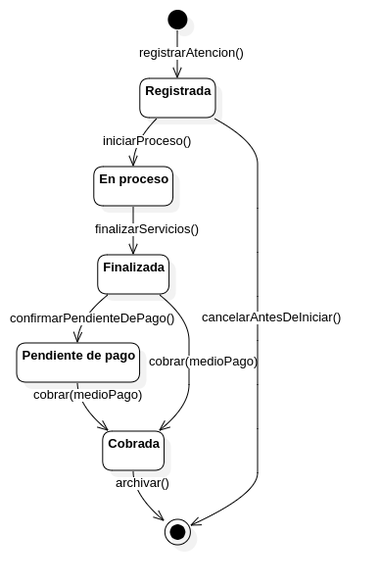
Earlier version of the Mermaid export docs/uml/state-diagram.png (Marcos-Castillo/EstiloCordoba). Its source is kept beside it as docs/uml/state-diagram.mmd. Its diagram source:
```mermaid
stateDiagram-v2

    state "Registrada" as registrada
    state "En proceso" as enProceso
    state "Finalizada" as finalizada
    state "Pendiente de pago" as pendientePago
    state "Cobrada" as cobrada

    [*] --> registrada : registrarAtencion(cliente, barbero, servicios, productos)
    registrada --> enProceso : iniciarProceso()
    enProceso --> finalizada : finalizarServicios()
    finalizada --> pendientePago : confirmarPendienteDePago()
    finalizada --> cobrada : cobrar(medioPago)
    pendientePago --> cobrada : cobrar(medioPago)
    pendientePago --> cobrada : registrarTransferenciaDebito()
    registrada --> [*] : cancelarAntesDeIniciar()
    cobrada --> [*] : atención archivada

    note right of registrada
        Estado inicial.
        Barra: fecha, hora, barbero,
        cliente, servicios y productos.
    end note

    note right of cobrada
        Estado final.
        Registra medio de pago:
        efectivo, transferencia o débito.
    end note
```
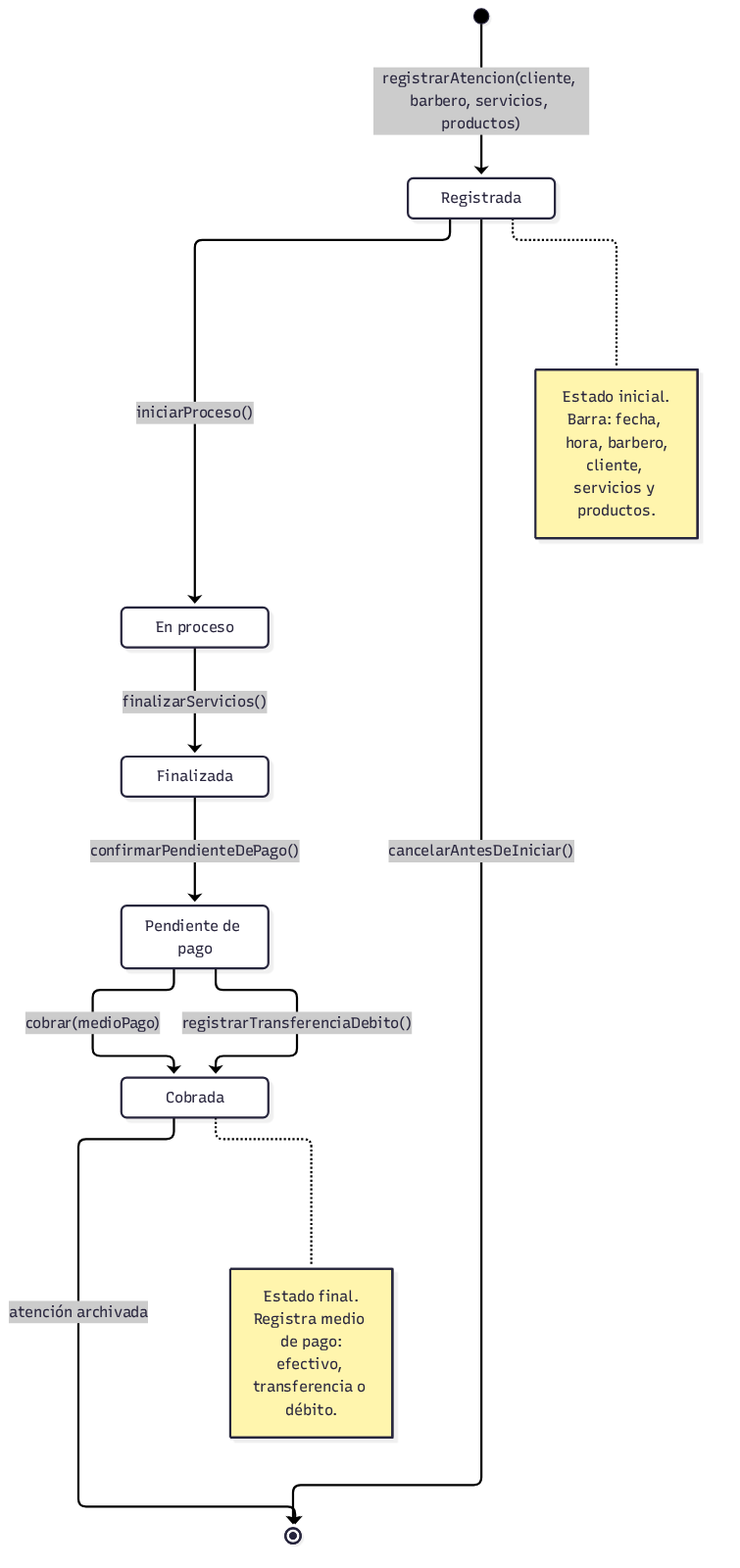
The same diagram one commit later.

Commit message:
ES-16 ES-23 corrige flujo de cobro, separa diagramas y actualiza documentacion

What changed in the source:
```diff
@@ -10,7 +10,6 @@
     registrada --> enProceso : iniciarProceso()
     enProceso --> finalizada : finalizarServicios()
     finalizada --> pendientePago : confirmarPendienteDePago()
-    finalizada --> cobrada : cobrar(medioPago)
     pendientePago --> cobrada : cobrar(medioPago)
     pendientePago --> cobrada : registrarTransferenciaDebito()
     registrada --> [*] : cancelarAntesDeIniciar()
```
